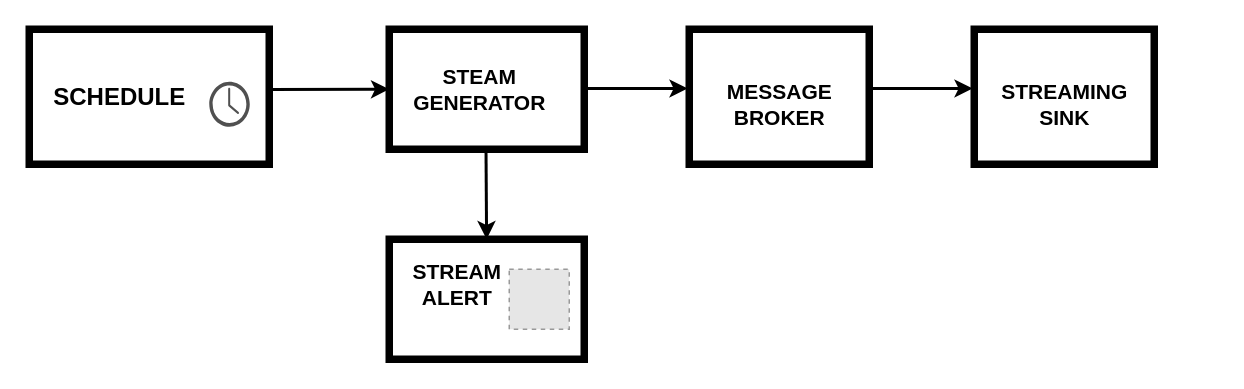
Before: DEEHIUGH-Architectural_diagram.drawio in ehiughele/storing_bigdata_part2_diagram, a draw.io diagram. Source tidied: cells renumbered, new cells numbered last; positions are measured from the earlier drawing's top-left corner, leaving out a move shared by most shapes. Both pictures are drawn from the tidied source at 150%, with x=0, y=0 at pixel (28, 28). Pictures stored in the file or linked from it are replaced by grey dashed boxes.
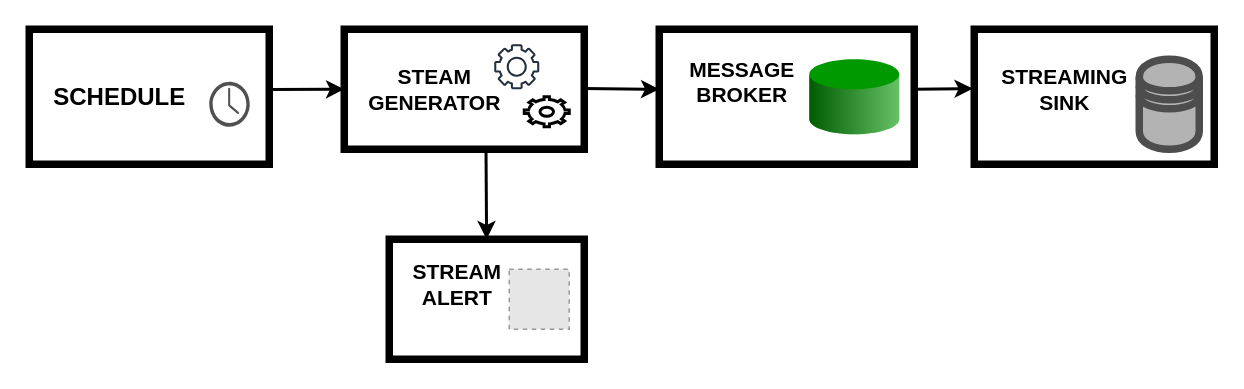
The same diagram, later.

Unchanged cells that the change refers to:
```xml
<mxCell id="2" style="rounded=0;whiteSpace=wrap;html=1;strokeWidth=5;" parent="1" vertex="1">
  <mxGeometry width="160" height="90" as="geometry" />
</mxCell>
```

What changed in the source:
```diff
@@
     <mxCell id="4" style="endArrow=classic;html=1;rounded=0;fontSize=21;exitX=1.005;exitY=0.446;exitDx=0;exitDy=0;exitPerimeter=0;strokeWidth=2;" parent="1" edge="1" source="2">
       <mxGeometry relative="1" as="geometry">
-        <mxPoint x="240" y="40" as="targetPoint" />
+        <mxPoint x="210" y="40" as="targetPoint" />
       </mxGeometry>
     </mxCell>
     <mxCell id="5" style="rounded=0;whiteSpace=wrap;html=1;strokeWidth=5;" parent="1" vertex="1">
-      <mxGeometry x="240" width="130" height="80" as="geometry" />
+      <mxGeometry x="210" width="160" height="80" as="geometry" />
     </mxCell>
     <mxCell id="6" value="&lt;b style=&quot;font-size: 14px;&quot;&gt;&lt;font style=&quot;font-size: 14px;&quot;&gt;STEAM&lt;br style=&quot;font-size: 14px;&quot;&gt;GENERATOR&lt;br style=&quot;font-size: 14px;&quot;&gt;&lt;/font&gt;&lt;/b&gt;" style="text;html=1;align=center;verticalAlign=middle;fillColor=none;strokeColor=none;rounded=0;fontSize=14;" parent="1" vertex="1">
-      <mxGeometry x="250" y="20" width="100" height="40" as="geometry" />
+      <mxGeometry x="220" y="20" width="100" height="40" as="geometry" />
     </mxCell>
     <mxCell id="7" style="endArrow=classic;html=1;rounded=0;fontSize=21;exitX=1.005;exitY=0.446;exitDx=0;exitDy=0;exitPerimeter=0;strokeWidth=2;" parent="1" edge="1">
       <mxGeometry relative="1" as="geometry">
         <mxPoint x="370" y="39.5" as="sourcePoint" />
-        <mxPoint x="439" y="39.5" as="targetPoint" />
+        <mxPoint x="420" y="40" as="targetPoint" />
       </mxGeometry>
     </mxCell>
     <mxCell id="8" style="rounded=0;whiteSpace=wrap;html=1;strokeWidth=5;" parent="1" vertex="1">
-      <mxGeometry x="440" width="120" height="90" as="geometry" />
+      <mxGeometry x="420" width="170" height="90" as="geometry" />
     </mxCell>
     <mxCell id="9" value="&lt;b style=&quot;font-size: 14px;&quot;&gt;&lt;font style=&quot;font-size: 14px;&quot;&gt;MESSAGE&lt;br&gt;BROKER&lt;br style=&quot;font-size: 14px;&quot;&gt;&lt;/font&gt;&lt;/b&gt;" style="text;html=1;align=center;verticalAlign=middle;fillColor=none;strokeColor=none;rounded=0;fontSize=14;" parent="1" vertex="1">
-      <mxGeometry x="455" y="30" width="90" height="40" as="geometry" />
+      <mxGeometry x="430" y="15" width="90" height="40" as="geometry" />
     </mxCell>
-    <mxCell id="10" style="endArrow=classic;html=1;rounded=0;fontSize=21;exitX=1.005;exitY=0.446;exitDx=0;exitDy=0;exitPerimeter=0;strokeWidth=2;" parent="1" edge="1">
+    <mxCell id="10" style="endArrow=classic;html=1;rounded=0;fontSize=21;strokeWidth=2;" parent="1" edge="1">
       <mxGeometry relative="1" as="geometry">
-        <mxPoint x="560" y="39.5" as="sourcePoint" />
+        <mxPoint x="590" y="40" as="sourcePoint" />
         <mxPoint x="629" y="39.5" as="targetPoint" />
       </mxGeometry>
     </mxCell>
     <mxCell id="11" style="rounded=0;whiteSpace=wrap;html=1;strokeWidth=5;" parent="1" vertex="1">
-      <mxGeometry x="630" width="120" height="90" as="geometry" />
+      <mxGeometry x="630" width="160" height="90" as="geometry" />
     </mxCell>
     <mxCell id="12" value="&lt;b style=&quot;font-size: 14px;&quot;&gt;&lt;font style=&quot;font-size: 14px;&quot;&gt;STREAMING&lt;br&gt;SINK&lt;br style=&quot;font-size: 14px;&quot;&gt;&lt;/font&gt;&lt;/b&gt;" style="text;html=1;align=center;verticalAlign=middle;fillColor=none;strokeColor=none;rounded=0;fontSize=14;" parent="1" vertex="1">
-      <mxGeometry x="640" y="30" width="100" height="40" as="geometry" />
+      <mxGeometry x="640" y="20" width="100" height="40" as="geometry" />
     </mxCell>
@@
+    <mxCell id="18" style="sketch=0;fontColor=#232F3E;gradientColor=none;fillColor=#232F3D;strokeColor=none;dashed=0;verticalLabelPosition=bottom;verticalAlign=top;align=center;html=1;fontSize=12;fontStyle=0;shape=mxgraph.aws4.gear;" parent="1" vertex="1">
+      <mxGeometry x="310" y="10" width="30" height="30" as="geometry" />
+    </mxCell>
+    <mxCell id="19" style="html=1;verticalLabelPosition=bottom;align=center;labelBackgroundColor=#ffffff;verticalAlign=top;strokeWidth=2;strokeColor=#000000;shadow=0;dashed=0;shape=mxgraph.ios7.icons.settings;fontSize=14;" parent="1" vertex="1">
+      <mxGeometry x="330" y="45" width="30" height="20" as="geometry" />
+    </mxCell>
+    <mxCell id="20" style="verticalLabelPosition=bottom;verticalAlign=top;html=1;shape=mxgraph.infographic.cylinder;fillColor=#009900;strokeColor=none;fontSize=14;" parent="1" vertex="1">
+      <mxGeometry x="520" y="20" width="60" height="50" as="geometry" />
+    </mxCell>
+    <mxCell id="21" style="shape=datastore;whiteSpace=wrap;html=1;fontSize=14;strokeColor=#4D4D4D;strokeWidth=5;fillColor=#B3B3B3;" parent="1" vertex="1">
+      <mxGeometry x="740" y="20" width="40" height="60" as="geometry" />
+    </mxCell>
```
